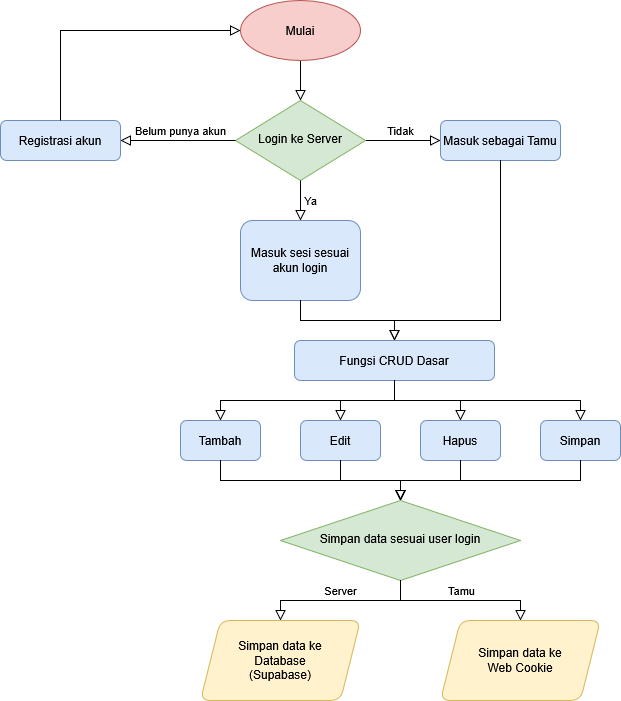
The draw.io diagram docs/flowchart.png in shoukelp/todo-app, before a commit. Source tidied: cells renumbered, new cells last; positions are measured from the earlier drawing's top-left corner, leaving out a move shared by most shapes.
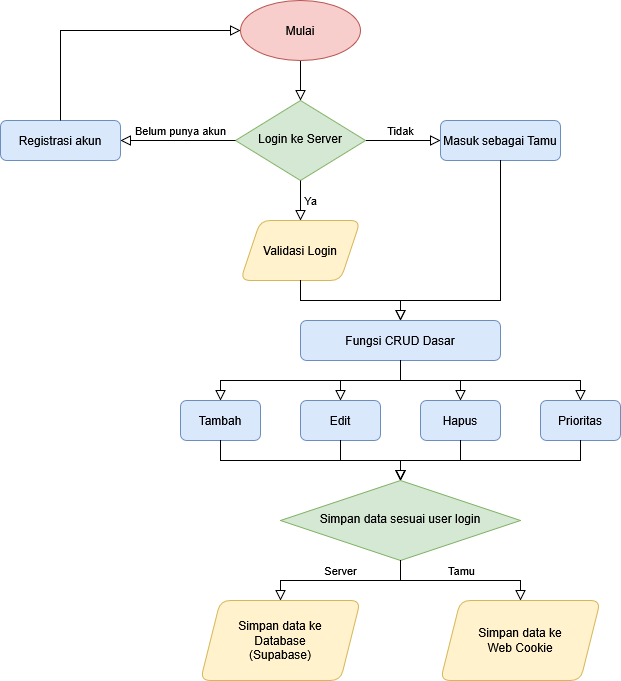
The same diagram one commit later.

Diff of the diagram source:
```diff
@@ -9,16 +9,16 @@
       <mxGeometry x="-0.07" y="10" relative="1" as="geometry" />
     </mxCell>
     <mxCell id="4" value="Login ke Server" style="rhombus;whiteSpace=wrap;html=1;shadow=0;fontFamily=Helvetica;fontSize=12;align=center;strokeWidth=1;spacing=6;spacingTop=-4;fillColor=#d5e8d4;strokeColor=#82b366;" parent="1" vertex="1">
-      <mxGeometry x="235" y="100" width="130" height="80" as="geometry" />
+      <mxGeometry x="235" y="120" width="130" height="80" as="geometry" />
     </mxCell>
     <mxCell id="5" value="Masuk sebagai Tamu" style="rounded=1;whiteSpace=wrap;html=1;fontSize=12;glass=0;strokeWidth=1;shadow=0;fillColor=#dae8fc;strokeColor=#6c8ebf;" parent="1" vertex="1">
-      <mxGeometry x="440" y="120" width="120" height="40" as="geometry" />
+      <mxGeometry x="440" y="140" width="120" height="40" as="geometry" />
     </mxCell>
-    <mxCell id="6" value="Masuk sesi sesuai akun login" style="rounded=1;whiteSpace=wrap;html=1;fillColor=#dae8fc;strokeColor=#6c8ebf;" parent="1" vertex="1">
-      <mxGeometry x="240" y="220" width="120" height="80" as="geometry" />
+    <mxCell id="6" value="Validasi Login" style="rounded=1;whiteSpace=wrap;html=1;fillColor=#fff2cc;strokeColor=#d6b656;shape=parallelogram;perimeter=parallelogramPerimeter;fixedSize=1;" parent="1" vertex="1">
+      <mxGeometry x="240" y="240" width="120" height="60" as="geometry" />
     </mxCell>
     <mxCell id="7" value="Fungsi CRUD Dasar" style="rounded=1;whiteSpace=wrap;html=1;fillColor=#dae8fc;strokeColor=#6c8ebf;" parent="1" vertex="1">
-      <mxGeometry x="294" y="340" width="200" height="40" as="geometry" />
+      <mxGeometry x="300" y="340" width="200" height="40" as="geometry" />
     </mxCell>
     <mxCell id="8" style="rounded=0;html=1;jettySize=auto;fontSize=11;endArrow=block;endFill=0;endSize=8;strokeWidth=1;shadow=0;labelBackgroundColor=none;edgeStyle=orthogonalEdgeStyle;exitX=0.5;exitY=1;exitDx=0;exitDy=0;entryX=0.5;entryY=0;entryDx=0;entryDy=0;" parent="1" edge="1" source="6" target="7">
       <mxGeometry relative="1" as="geometry" />
@@ -32,7 +32,7 @@
     <mxCell id="11" value="Hapus" style="rounded=1;whiteSpace=wrap;html=1;fillColor=#dae8fc;strokeColor=#6c8ebf;" parent="1" vertex="1">
       <mxGeometry x="420" y="420" width="80" height="40" as="geometry" />
     </mxCell>
-    <mxCell id="12" value="Simpan" style="rounded=1;whiteSpace=wrap;html=1;fillColor=#dae8fc;strokeColor=#6c8ebf;" parent="1" vertex="1">
+    <mxCell id="12" value="Prioritas" style="rounded=1;whiteSpace=wrap;html=1;fillColor=#dae8fc;strokeColor=#6c8ebf;" parent="1" vertex="1">
       <mxGeometry x="540" y="420" width="80" height="40" as="geometry" />
     </mxCell>
     <mxCell id="13" style="rounded=0;html=1;jettySize=auto;fontSize=11;endArrow=block;endFill=0;endSize=8;strokeWidth=1;shadow=0;labelBackgroundColor=none;edgeStyle=orthogonalEdgeStyle;exitX=0.5;exitY=1;exitDx=0;exitDy=0;entryX=0.5;entryY=0;entryDx=0;entryDy=0;" parent="1" edge="1" source="7" target="9">
@@ -59,22 +59,22 @@
     <mxCell id="20" style="rounded=0;html=1;jettySize=auto;fontSize=11;endArrow=block;endFill=0;endSize=8;strokeWidth=1;shadow=0;labelBackgroundColor=none;edgeStyle=orthogonalEdgeStyle;exitX=0.5;exitY=1;exitDx=0;exitDy=0;entryX=0.5;entryY=0;entryDx=0;entryDy=0;" parent="1" edge="1" source="11" target="17">
       <mxGeometry relative="1" as="geometry" />
     </mxCell>
-    <mxCell id="21" style="rounded=0;html=1;jettySize=auto;fontSize=11;endArrow=block;endFill=0;endSize=8;strokeWidth=1;shadow=0;labelBackgroundColor=none;edgeStyle=orthogonalEdgeStyle;exitX=0.5;exitY=1;exitDx=0;exitDy=0;entryX=0.5;entryY=0;entryDx=0;entryDy=0;" parent="1" edge="1" source="12" target="17">
+    <mxCell id="21" style="rounded=0;html=1;jettySize=auto;fontSize=11;endArrow=block;endFill=0;endSize=8;strokeWidth=1;shadow=0;labelBackgroundColor=none;edgeStyle=orthogonalEdgeStyle;exitX=0.5;exitY=1;exitDx=0;exitDy=0;" parent="1" edge="1" source="12" target="17">
       <mxGeometry relative="1" as="geometry" />
     </mxCell>
     <mxCell id="22" value="&lt;div&gt;Simpan data ke&lt;/div&gt;&lt;div&gt;Database&lt;/div&gt;&lt;div&gt;(Supabase)&lt;/div&gt;" style="rounded=1;whiteSpace=wrap;html=1;fillColor=#fff2cc;strokeColor=#d6b656;shape=parallelogram;perimeter=parallelogramPerimeter;fixedSize=1;" parent="1" vertex="1">
       <mxGeometry x="200" y="620" width="160" height="80" as="geometry" />
     </mxCell>
-    <mxCell id="23" style="rounded=0;html=1;jettySize=auto;fontSize=11;endArrow=block;endFill=0;endSize=8;strokeWidth=1;shadow=0;labelBackgroundColor=none;edgeStyle=orthogonalEdgeStyle;exitX=0.5;exitY=1;exitDx=0;exitDy=0;" parent="1" edge="1" source="5" target="7">
+    <mxCell id="23" style="rounded=0;html=1;jettySize=auto;fontSize=11;endArrow=block;endFill=0;endSize=8;strokeWidth=1;shadow=0;labelBackgroundColor=none;edgeStyle=orthogonalEdgeStyle;exitX=0.5;exitY=1;exitDx=0;exitDy=0;entryX=0.5;entryY=0;entryDx=0;entryDy=0;" parent="1" edge="1" source="5" target="7">
       <mxGeometry relative="1" as="geometry">
         <Array as="points">
           <mxPoint x="500" y="320" />
-          <mxPoint x="394" y="320" />
+          <mxPoint x="400" y="320" />
         </Array>
       </mxGeometry>
     </mxCell>
     <mxCell id="24" value="Registrasi akun" style="rounded=1;whiteSpace=wrap;html=1;fillColor=#dae8fc;strokeColor=#6c8ebf;" parent="1" vertex="1">
-      <mxGeometry y="120" width="120" height="40" as="geometry" />
+      <mxGeometry y="140" width="120" height="40" as="geometry" />
     </mxCell>
     <mxCell id="25" value="Ya" style="edgeStyle=orthogonalEdgeStyle;rounded=0;html=1;jettySize=auto;fontSize=11;endArrow=block;endFill=0;endSize=8;strokeWidth=1;shadow=0;labelBackgroundColor=none;exitX=0.5;exitY=1;exitDx=0;exitDy=0;" parent="1" edge="1" source="4" target="6">
       <mxGeometry y="10" relative="1" as="geometry" />
@@ -92,12 +92,12 @@
       <mxGeometry y="-10" relative="1" as="geometry" />
     </mxCell>
     <mxCell id="30" value="Mulai" style="ellipse;whiteSpace=wrap;html=1;fillColor=#f8cecc;strokeColor=#b85450;" parent="1" vertex="1">
-      <mxGeometry x="240" width="120" height="60" as="geometry" />
+      <mxGeometry x="240" y="20" width="120" height="60" as="geometry" />
     </mxCell>
     <mxCell id="31" style="rounded=0;html=1;jettySize=auto;fontSize=11;endArrow=block;endFill=0;endSize=8;strokeWidth=1;shadow=0;labelBackgroundColor=none;edgeStyle=orthogonalEdgeStyle;exitX=0.5;exitY=0;exitDx=0;exitDy=0;" parent="1" edge="1" source="24" target="30">
       <mxGeometry relative="1" as="geometry">
         <Array as="points">
-          <mxPoint x="60" y="30" />
+          <mxPoint x="60" y="50" />
         </Array>
       </mxGeometry>
     </mxCell>
```
